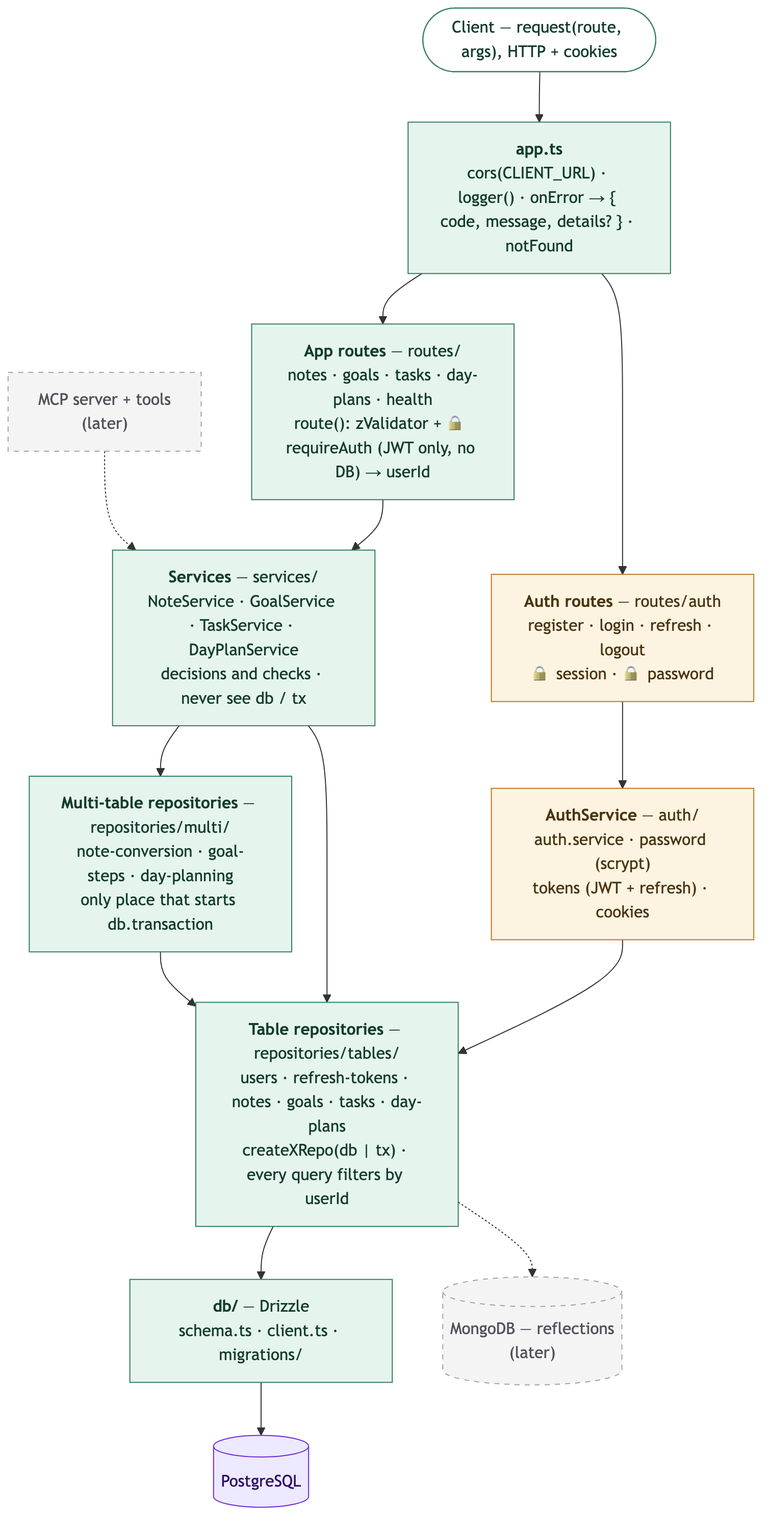
Before: docs/design/diagrams/backend-layers.png, a diagram exported from Mermaid (VladyslavSpasibozhko/kurs). Its source is kept beside it as docs/design/diagrams/backend-layers.mmd. The source it was exported from:
```mermaid
flowchart TB
  client(["Client — request(route, args), HTTP + cookies"])
  mcp["MCP server + tools<br/>(later)"]

  app["<b>app.ts</b><br/>cors(CLIENT_URL) · logger() · onError → { code, message, details? } · notFound"]

  appRoutes["<b>App routes</b> — routes/<br/>notes · goals · tasks · day-plans · health<br/>route(): zValidator + 🔒 requireAuth (JWT only, no DB) → userId"]
  authRoutes["<b>Auth routes</b> — routes/auth<br/>register · login · refresh · logout<br/>🔒 session · 🔒 password"]

  services["<b>Services</b> — services/<br/>NoteService · GoalService · TaskService · DayPlanService<br/>decisions and checks · never see db / tx"]
  authService["<b>AuthService</b> — auth/<br/>auth.service · password (scrypt)<br/>tokens (JWT + refresh) · cookies"]

  multi["<b>Multi-table repositories</b> — repositories/multi/<br/>note-conversion · goal-steps · day-planning<br/>only place that starts db.transaction"]
  tables["<b>Table repositories</b> — repositories/tables/<br/>users · refresh-tokens · notes · goals · tasks · day-plans<br/>createXRepo(db | tx) · every query filters by userId"]

  db["<b>db/</b> — Drizzle<br/>schema.ts · client.ts · migrations/"]
  pg[("PostgreSQL")]
  mongo[("MongoDB — reflections<br/>(later)")]

  client --> app
  app --> appRoutes
  app --> authRoutes
  appRoutes --> services
  authRoutes --> authService
  mcp -.-> services
  services --> multi
  services --> tables
  authService --> tables
  multi --> tables
  tables --> db
  db --> pg
  tables -.-> mongo

  classDef layer fill:#e6f4ee,stroke:#2f7d5b,color:#123d2b;
  classDef auth fill:#fdf3e1,stroke:#b7791f,color:#4a3510;
  classDef store fill:#ede9fe,stroke:#6d28d9,color:#2e1065;
  classDef later fill:#f4f4f5,stroke:#a1a1aa,color:#52525b,stroke-dasharray: 5 5;
  classDef edge fill:#ffffff,stroke:#2f7d5b,color:#123d2b;
  class app,appRoutes,services,multi,tables,db layer;
  class authRoutes,authService auth;
  class pg store;
  class mcp,mongo later;
  class client edge;
```
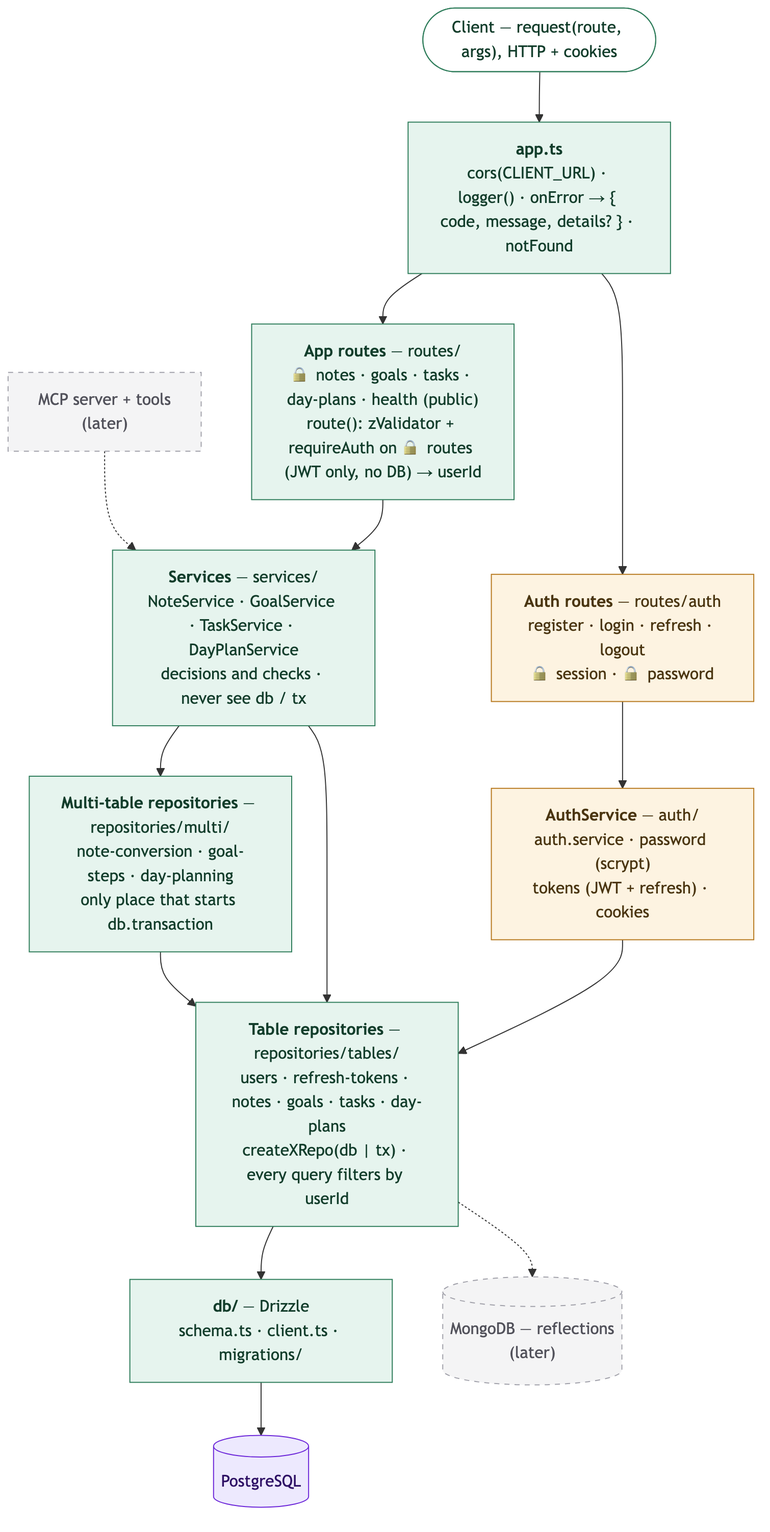
After the change.

The edit, as a diff of the source:
```diff
@@ -4,7 +4,7 @@
 
   app["<b>app.ts</b><br/>cors(CLIENT_URL) · logger() · onError → { code, message, details? } · notFound"]
 
-  appRoutes["<b>App routes</b> — routes/<br/>notes · goals · tasks · day-plans · health<br/>route(): zValidator + 🔒 requireAuth (JWT only, no DB) → userId"]
+  appRoutes["<b>App routes</b> — routes/<br/>🔒 notes · goals · tasks · day-plans · health (public)<br/>route(): zValidator + requireAuth on 🔒 routes (JWT only, no DB) → userId"]
   authRoutes["<b>Auth routes</b> — routes/auth<br/>register · login · refresh · logout<br/>🔒 session · 🔒 password"]
 
   services["<b>Services</b> — services/<br/>NoteService · GoalService · TaskService · DayPlanService<br/>decisions and checks · never see db / tx"]
```
